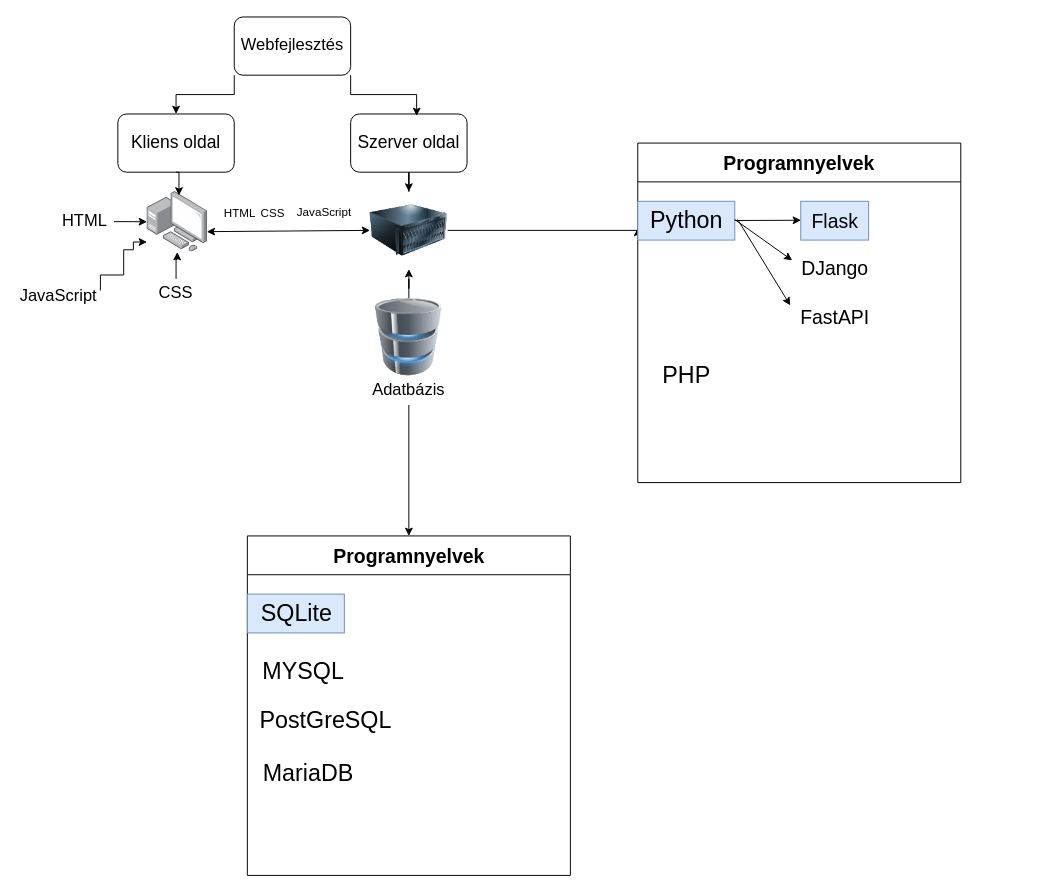
The draw.io diagram web-szakkor-1.drawio in simsononroad/web-szakkor, before the edit. Source tidied: cells renumbered, new cells numbered last; positions are measured from the earlier drawing's top-left corner, leaving out a move shared by most shapes. Both pictures are drawn from the tidied source at 97%, with x=0, y=0 at pixel (16, 16).
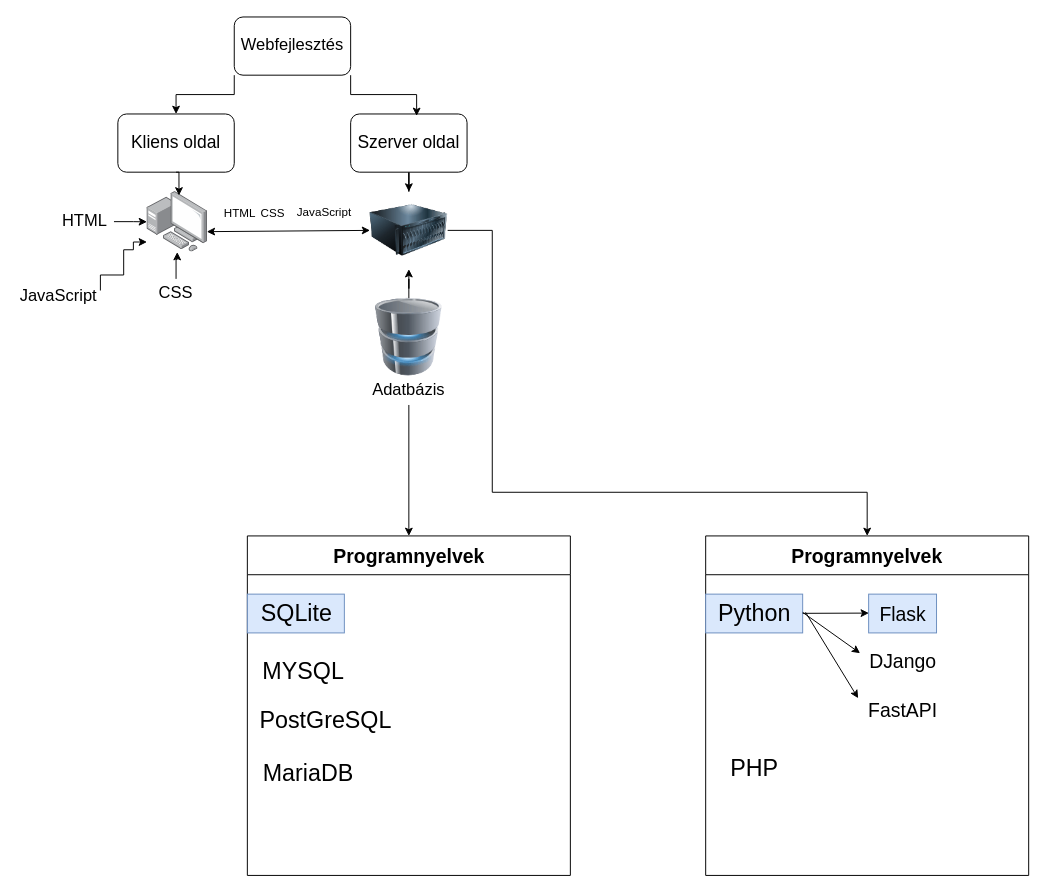
After the change.

Unchanged cells that the change refers to:
```xml
<mxCell id="9" style="image;html=1;image=img/lib/clip_art/computers/Server_128x128.png;" parent="1" vertex="1">
  <mxGeometry x="364" y="180" width="80" height="80" as="geometry" />
</mxCell>
```

The edit, as a diff of the source:
```diff
@@
-    <mxCell id="8" style="edgeStyle=orthogonalEdgeStyle;rounded=0;jettySize=auto;html=1;exitX=1;exitY=0.5;exitDx=0;exitDy=0;entryX=0;entryY=0.25;entryDx=0;entryDy=0;" parent="1" edge="1" source="9" target="26">
+    <mxCell id="8" style="edgeStyle=orthogonalEdgeStyle;rounded=0;jettySize=auto;html=1;exitX=1;exitY=0.5;exitDx=0;exitDy=0;entryX=0.5;entryY=0;entryDx=0;entryDy=0;" parent="1" edge="1" source="9" target="26">
       <mxGeometry relative="1" as="geometry">
         <Array as="points">
-          <mxPoint x="640" y="220" />
+          <mxPoint x="490" y="220" />
+          <mxPoint x="490" y="490" />
+          <mxPoint x="877" y="490" />
         </Array>
       </mxGeometry>
     </mxCell>
@@
     <mxCell id="26" value="&lt;font style=&quot;font-size: 20px;&quot;&gt;Programnyelvek&lt;/font&gt;" style="swimlane;whiteSpace=wrap;html=1;startSize=40;" parent="1" vertex="1">
-      <mxGeometry x="640" y="130" width="333" height="350" as="geometry" />
+      <mxGeometry x="710" y="535" width="333" height="350" as="geometry" />
     </mxCell>
```
